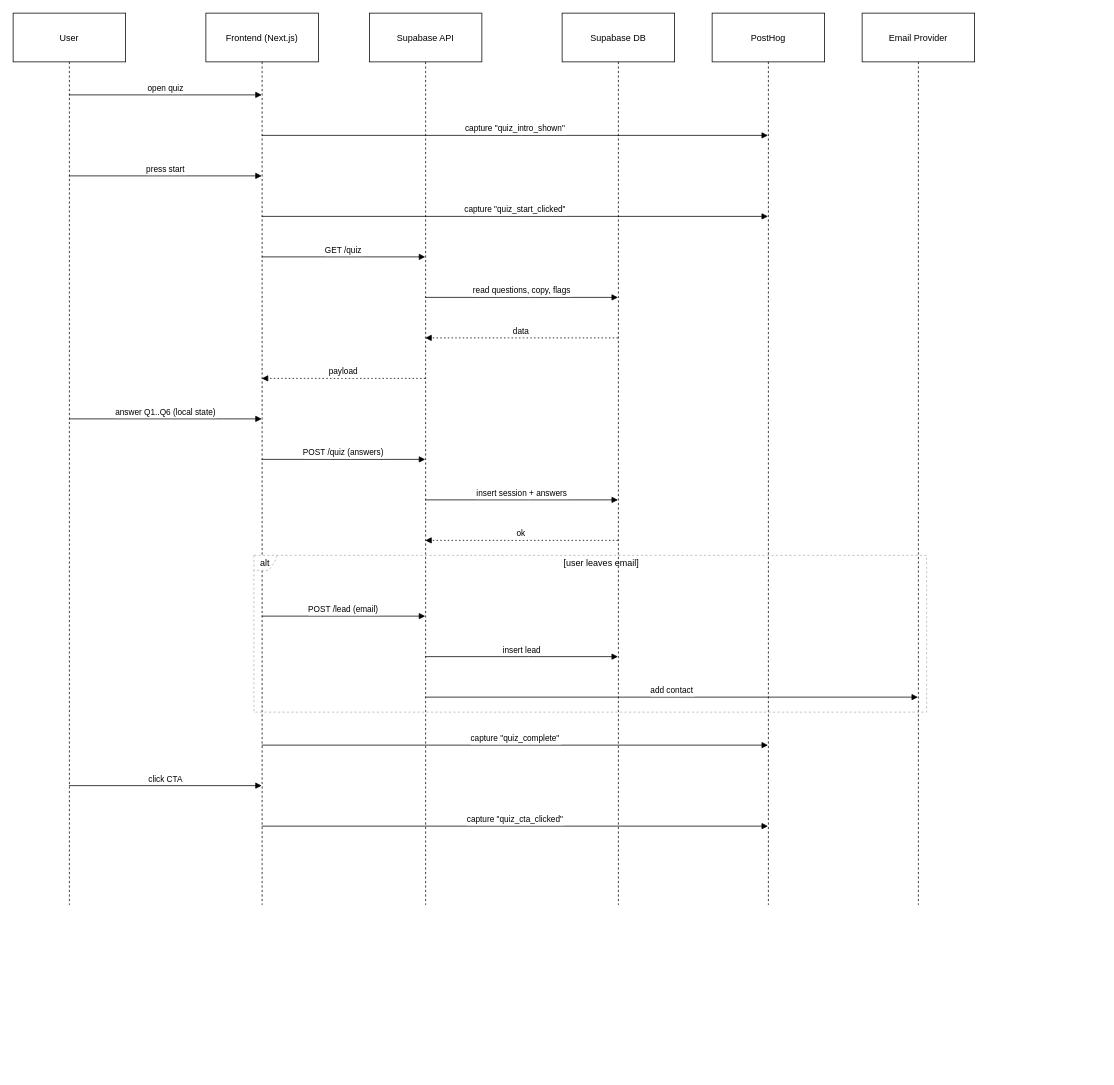
Before: content/app-web/architecture/pre-mvp/02-runtime-flow/sequence-diagram.drawio in alexandrafofel/brightfutureahead, a draw.io diagram. Source tidied: cells renumbered, new cells numbered last; positions are measured from the earlier drawing's top-left corner, leaving out a move shared by most shapes. Both pictures are drawn from the tidied source at 75%, with x=0, y=0 at pixel (13, 13).
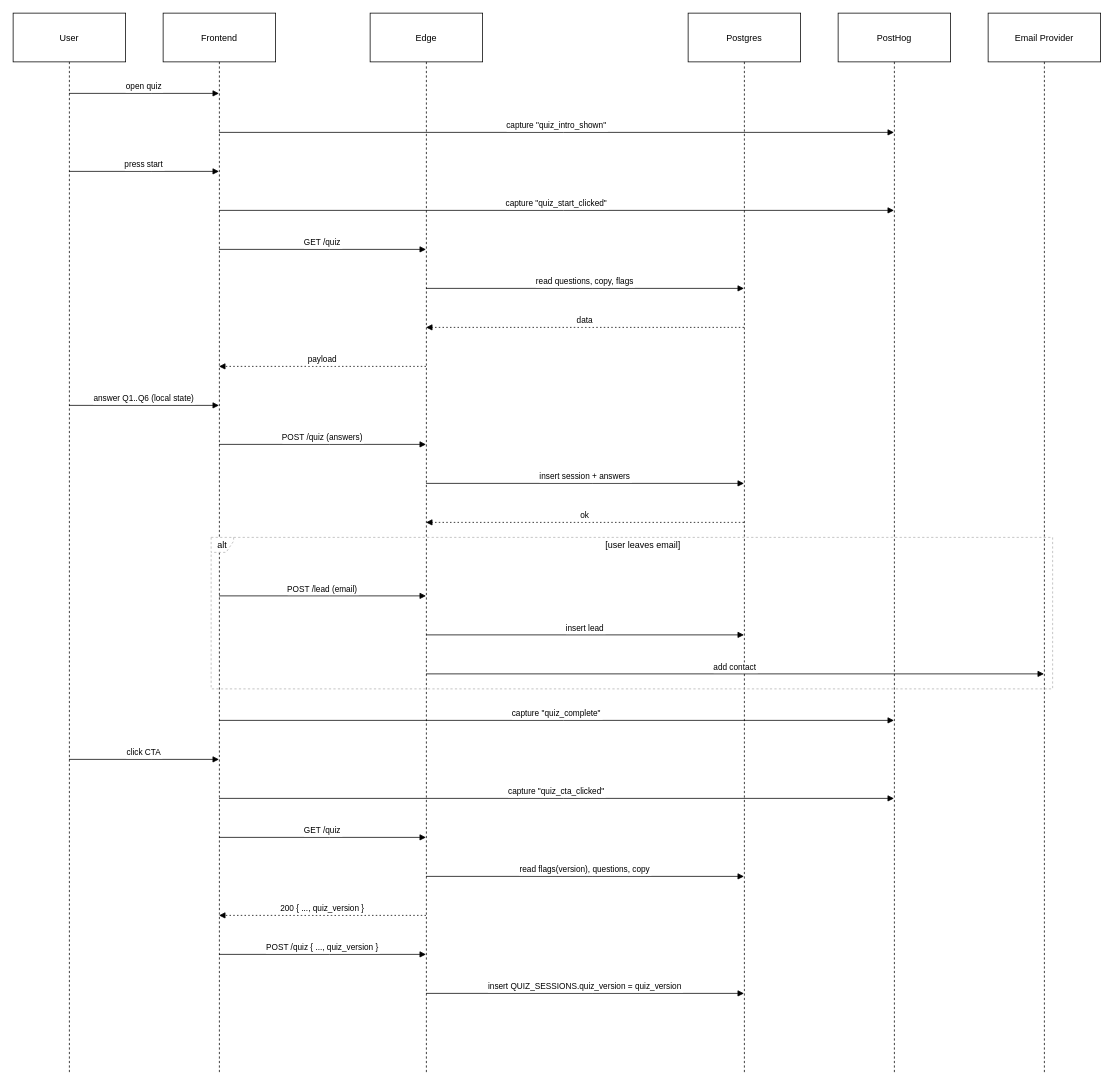
The same diagram, later.

Diff of the diagram source:
```diff
@@
     <mxCell id="2" value="User" style="shape=umlLifeline;perimeter=lifelinePerimeter;whiteSpace=wrap;outlineConnect=0;portConstraint=eastwest;newEdgeStyle={&quot;edgeStyle&quot;:&quot;elbowEdgeStyle&quot;,&quot;elbow&quot;:&quot;vertical&quot;,&quot;curved&quot;:0,&quot;rounded&quot;:0};size=65;" parent="1" vertex="1">
-      <mxGeometry width="150" height="1189" as="geometry" />
+      <mxGeometry width="150" height="1412" as="geometry" />
     </mxCell>
-    <mxCell id="3" value="Frontend (Next.js)" style="shape=umlLifeline;perimeter=lifelinePerimeter;whiteSpace=wrap;outlineConnect=0;portConstraint=eastwest;newEdgeStyle={&quot;edgeStyle&quot;:&quot;elbowEdgeStyle&quot;,&quot;elbow&quot;:&quot;vertical&quot;,&quot;curved&quot;:0,&quot;rounded&quot;:0};size=65;" parent="1" vertex="1">
-      <mxGeometry x="257" width="150" height="1189" as="geometry" />
-    </mxCell>
-    <mxCell id="4" value="Supabase API" style="shape=umlLifeline;perimeter=lifelinePerimeter;whiteSpace=wrap;outlineConnect=0;portConstraint=eastwest;newEdgeStyle={&quot;edgeStyle&quot;:&quot;elbowEdgeStyle&quot;,&quot;elbow&quot;:&quot;vertical&quot;,&quot;curved&quot;:0,&quot;rounded&quot;:0};size=65;" parent="1" vertex="1">
-      <mxGeometry x="475" width="150" height="1189" as="geometry" />
-    </mxCell>
-    <mxCell id="5" value="Supabase DB" style="shape=umlLifeline;perimeter=lifelinePerimeter;whiteSpace=wrap;outlineConnect=0;portConstraint=eastwest;newEdgeStyle={&quot;edgeStyle&quot;:&quot;elbowEdgeStyle&quot;,&quot;elbow&quot;:&quot;vertical&quot;,&quot;curved&quot;:0,&quot;rounded&quot;:0};size=65;" parent="1" vertex="1">
-      <mxGeometry x="732" width="150" height="1189" as="geometry" />
-    </mxCell>
+    <mxCell id="28" value="Frontend" style="shape=umlLifeline;perimeter=lifelinePerimeter;whiteSpace=wrap;outlineConnect=0;portConstraint=eastwest;newEdgeStyle={&quot;edgeStyle&quot;:&quot;elbowEdgeStyle&quot;,&quot;elbow&quot;:&quot;vertical&quot;,&quot;curved&quot;:0,&quot;rounded&quot;:0};size=65;" parent="1" vertex="1">
+      <mxGeometry x="200" width="150" height="1412" as="geometry" />
+    </mxCell>
+    <mxCell id="29" value="Edge" style="shape=umlLifeline;perimeter=lifelinePerimeter;whiteSpace=wrap;outlineConnect=0;portConstraint=eastwest;newEdgeStyle={&quot;edgeStyle&quot;:&quot;elbowEdgeStyle&quot;,&quot;elbow&quot;:&quot;vertical&quot;,&quot;curved&quot;:0,&quot;rounded&quot;:0};size=65;" parent="1" vertex="1">
+      <mxGeometry x="476" width="150" height="1412" as="geometry" />
+    </mxCell>
+    <mxCell id="30" value="Postgres" style="shape=umlLifeline;perimeter=lifelinePerimeter;whiteSpace=wrap;outlineConnect=0;portConstraint=eastwest;newEdgeStyle={&quot;edgeStyle&quot;:&quot;elbowEdgeStyle&quot;,&quot;elbow&quot;:&quot;vertical&quot;,&quot;curved&quot;:0,&quot;rounded&quot;:0};size=65;" parent="1" vertex="1">
+      <mxGeometry x="900" width="150" height="1412" as="geometry" />
+    </mxCell>
     <mxCell id="6" value="PostHog" style="shape=umlLifeline;perimeter=lifelinePerimeter;whiteSpace=wrap;outlineConnect=0;portConstraint=eastwest;newEdgeStyle={&quot;edgeStyle&quot;:&quot;elbowEdgeStyle&quot;,&quot;elbow&quot;:&quot;vertical&quot;,&quot;curved&quot;:0,&quot;rounded&quot;:0};size=65;" parent="1" vertex="1">
-      <mxGeometry x="932" width="150" height="1189" as="geometry" />
+      <mxGeometry x="1100" width="150" height="1412" as="geometry" />
     </mxCell>
     <mxCell id="7" value="Email Provider" style="shape=umlLifeline;perimeter=lifelinePerimeter;whiteSpace=wrap;outlineConnect=0;portConstraint=eastwest;newEdgeStyle={&quot;edgeStyle&quot;:&quot;elbowEdgeStyle&quot;,&quot;elbow&quot;:&quot;vertical&quot;,&quot;curved&quot;:0,&quot;rounded&quot;:0};size=65;" parent="1" vertex="1">
-      <mxGeometry x="1132" width="150" height="1189" as="geometry" />
+      <mxGeometry x="1300" width="150" height="1412" as="geometry" />
     </mxCell>
     <mxCell id="8" value="alt" style="shape=umlFrame;dashed=1;strokeColor=#B3B3B3;height=20;width=30;" parent="1" vertex="1">
-      <mxGeometry x="321" y="723" width="897" height="209" as="geometry" />
+      <mxGeometry x="264" y="699" width="1122" height="202" as="geometry" />
     </mxCell>
     <mxCell id="9" value="[user leaves email]" style="text;strokeColor=none;fillColor=none;align=center;verticalAlign=middle;whiteSpace=wrap;" parent="8" vertex="1">
-      <mxGeometry x="30" width="867" height="20" as="geometry" />
+      <mxGeometry x="30" width="1092" height="20" as="geometry" />
     </mxCell>
-    <mxCell id="10" value="open quiz" style="verticalAlign=bottom;edgeStyle=elbowEdgeStyle;elbow=vertical;curved=0;rounded=0;endArrow=block;" parent="1" edge="1" source="2" target="3">
+    <mxCell id="10" value="open quiz" style="verticalAlign=bottom;edgeStyle=elbowEdgeStyle;elbow=vertical;curved=0;rounded=0;endArrow=block;" parent="1" edge="1" source="2" target="28">
       <mxGeometry relative="1" as="geometry">
         <Array as="points">
-          <mxPoint x="212" y="109" />
+          <mxPoint x="184" y="107" />
         </Array>
       </mxGeometry>
     </mxCell>
-    <mxCell id="11" value="capture &quot;quiz_intro_shown&quot;" style="verticalAlign=bottom;edgeStyle=elbowEdgeStyle;elbow=vertical;curved=0;rounded=0;endArrow=block;" parent="1" edge="1" source="3" target="6">
+    <mxCell id="11" value="capture &quot;quiz_intro_shown&quot;" style="verticalAlign=bottom;edgeStyle=elbowEdgeStyle;elbow=vertical;curved=0;rounded=0;endArrow=block;" parent="1" edge="1" source="28" target="6">
       <mxGeometry relative="1" as="geometry">
         <Array as="points">
-          <mxPoint x="678" y="163" />
+          <mxPoint x="734" y="159" />
         </Array>
       </mxGeometry>
     </mxCell>
-    <mxCell id="12" value="press start" style="verticalAlign=bottom;edgeStyle=elbowEdgeStyle;elbow=vertical;curved=0;rounded=0;endArrow=block;" parent="1" edge="1" source="2" target="3">
+    <mxCell id="12" value="press start" style="verticalAlign=bottom;edgeStyle=elbowEdgeStyle;elbow=vertical;curved=0;rounded=0;endArrow=block;" parent="1" edge="1" source="2" target="28">
       <mxGeometry relative="1" as="geometry">
         <Array as="points">
-          <mxPoint x="212" y="217" />
+          <mxPoint x="184" y="211" />
         </Array>
       </mxGeometry>
     </mxCell>
-    <mxCell id="13" value="capture &quot;quiz_start_clicked&quot;" style="verticalAlign=bottom;edgeStyle=elbowEdgeStyle;elbow=vertical;curved=0;rounded=0;endArrow=block;" parent="1" edge="1" source="3" target="6">
+    <mxCell id="13" value="capture &quot;quiz_start_clicked&quot;" style="verticalAlign=bottom;edgeStyle=elbowEdgeStyle;elbow=vertical;curved=0;rounded=0;endArrow=block;" parent="1" edge="1" source="28" target="6">
       <mxGeometry relative="1" as="geometry">
         <Array as="points">
-          <mxPoint x="678" y="271" />
+          <mxPoint x="734" y="263" />
         </Array>
       </mxGeometry>
     </mxCell>
-    <mxCell id="14" value="GET /quiz" style="verticalAlign=bottom;edgeStyle=elbowEdgeStyle;elbow=vertical;curved=0;rounded=0;endArrow=block;" parent="1" edge="1" source="3" target="4">
-      <mxGeometry relative="1" as="geometry">
-        <Array as="points">
-          <mxPoint x="450" y="325" />
-        </Array>
-      </mxGeometry>
-    </mxCell>
+    <mxCell id="31" value="GET /quiz" style="verticalAlign=bottom;edgeStyle=elbowEdgeStyle;elbow=vertical;curved=0;rounded=0;endArrow=block;" parent="1" edge="1" source="28" target="29">
+      <mxGeometry relative="1" as="geometry">
+        <Array as="points">
+          <mxPoint x="422" y="315" />
+        </Array>
+      </mxGeometry>
+    </mxCell>
-    <mxCell id="15" value="read questions, copy, flags" style="verticalAlign=bottom;edgeStyle=elbowEdgeStyle;elbow=vertical;curved=0;rounded=0;endArrow=block;" parent="1" edge="1" source="4" target="5">
+    <mxCell id="15" value="read questions, copy, flags" style="verticalAlign=bottom;edgeStyle=elbowEdgeStyle;elbow=vertical;curved=0;rounded=0;endArrow=block;" parent="1" edge="1" source="29" target="30">
       <mxGeometry relative="1" as="geometry">
         <Array as="points">
-          <mxPoint x="687" y="379" />
+          <mxPoint x="772" y="367" />
         </Array>
       </mxGeometry>
     </mxCell>
-    <mxCell id="16" value="data" style="verticalAlign=bottom;edgeStyle=elbowEdgeStyle;elbow=vertical;curved=0;rounded=0;dashed=1;dashPattern=2 3;endArrow=block;" parent="1" edge="1" source="5" target="4">
+    <mxCell id="16" value="data" style="verticalAlign=bottom;edgeStyle=elbowEdgeStyle;elbow=vertical;curved=0;rounded=0;dashed=1;dashPattern=2 3;endArrow=block;" parent="1" edge="1" source="30" target="29">
       <mxGeometry relative="1" as="geometry">
         <Array as="points">
-          <mxPoint x="690" y="433" />
+          <mxPoint x="775" y="419" />
         </Array>
       </mxGeometry>
     </mxCell>
-    <mxCell id="17" value="payload" style="verticalAlign=bottom;edgeStyle=elbowEdgeStyle;elbow=vertical;curved=0;rounded=0;dashed=1;dashPattern=2 3;endArrow=block;" parent="1" edge="1" source="4" target="3">
+    <mxCell id="17" value="payload" style="verticalAlign=bottom;edgeStyle=elbowEdgeStyle;elbow=vertical;curved=0;rounded=0;dashed=1;dashPattern=2 3;endArrow=block;" parent="1" edge="1" source="29" target="28">
       <mxGeometry relative="1" as="geometry">
         <Array as="points">
-          <mxPoint x="453" y="487" />
+          <mxPoint x="425" y="471" />
         </Array>
       </mxGeometry>
     </mxCell>
-    <mxCell id="18" value="answer Q1..Q6 (local state)" style="verticalAlign=bottom;edgeStyle=elbowEdgeStyle;elbow=vertical;curved=0;rounded=0;endArrow=block;" parent="1" edge="1" source="2" target="3">
+    <mxCell id="18" value="answer Q1..Q6 (local state)" style="verticalAlign=bottom;edgeStyle=elbowEdgeStyle;elbow=vertical;curved=0;rounded=0;endArrow=block;" parent="1" edge="1" source="2" target="28">
       <mxGeometry relative="1" as="geometry">
         <Array as="points">
-          <mxPoint x="212" y="541" />
+          <mxPoint x="184" y="523" />
         </Array>
       </mxGeometry>
     </mxCell>
-    <mxCell id="19" value="POST /quiz (answers)" style="verticalAlign=bottom;edgeStyle=elbowEdgeStyle;elbow=vertical;curved=0;rounded=0;endArrow=block;" parent="1" edge="1" source="3" target="4">
+    <mxCell id="19" value="POST /quiz (answers)" style="verticalAlign=bottom;edgeStyle=elbowEdgeStyle;elbow=vertical;curved=0;rounded=0;endArrow=block;" parent="1" edge="1" source="28" target="29">
       <mxGeometry relative="1" as="geometry">
         <Array as="points">
-          <mxPoint x="450" y="595" />
+          <mxPoint x="422" y="575" />
         </Array>
       </mxGeometry>
     </mxCell>
-    <mxCell id="20" value="insert session + answers" style="verticalAlign=bottom;edgeStyle=elbowEdgeStyle;elbow=vertical;curved=0;rounded=0;endArrow=block;" parent="1" edge="1" source="4" target="5">
+    <mxCell id="20" value="insert session + answers" style="verticalAlign=bottom;edgeStyle=elbowEdgeStyle;elbow=vertical;curved=0;rounded=0;endArrow=block;" parent="1" edge="1" source="29" target="30">
       <mxGeometry relative="1" as="geometry">
         <Array as="points">
-          <mxPoint x="687" y="649" />
+          <mxPoint x="772" y="627" />
         </Array>
       </mxGeometry>
     </mxCell>
-    <mxCell id="21" value="ok" style="verticalAlign=bottom;edgeStyle=elbowEdgeStyle;elbow=vertical;curved=0;rounded=0;dashed=1;dashPattern=2 3;endArrow=block;" parent="1" edge="1" source="5" target="4">
+    <mxCell id="21" value="ok" style="verticalAlign=bottom;edgeStyle=elbowEdgeStyle;elbow=vertical;curved=0;rounded=0;dashed=1;dashPattern=2 3;endArrow=block;" parent="1" edge="1" source="30" target="29">
       <mxGeometry relative="1" as="geometry">
         <Array as="points">
-          <mxPoint x="690" y="703" />
+          <mxPoint x="775" y="679" />
         </Array>
       </mxGeometry>
     </mxCell>
-    <mxCell id="22" value="POST /lead (email)" style="verticalAlign=bottom;edgeStyle=elbowEdgeStyle;elbow=vertical;curved=0;rounded=0;endArrow=block;" parent="1" edge="1" source="3" target="4">
+    <mxCell id="22" value="POST /lead (email)" style="verticalAlign=bottom;edgeStyle=elbowEdgeStyle;elbow=vertical;curved=0;rounded=0;endArrow=block;" parent="1" edge="1" source="28" target="29">
       <mxGeometry relative="1" as="geometry">
         <Array as="points">
-          <mxPoint x="450" y="804" />
+          <mxPoint x="422" y="777" />
         </Array>
       </mxGeometry>
     </mxCell>
-    <mxCell id="23" value="insert lead" style="verticalAlign=bottom;edgeStyle=elbowEdgeStyle;elbow=vertical;curved=0;rounded=0;endArrow=block;" parent="1" edge="1" source="4" target="5">
+    <mxCell id="23" value="insert lead" style="verticalAlign=bottom;edgeStyle=elbowEdgeStyle;elbow=vertical;curved=0;rounded=0;endArrow=block;" parent="1" edge="1" source="29" target="30">
       <mxGeometry relative="1" as="geometry">
         <Array as="points">
-          <mxPoint x="687" y="858" />
+          <mxPoint x="772" y="829" />
         </Array>
       </mxGeometry>
     </mxCell>
-    <mxCell id="24" value="add contact" style="verticalAlign=bottom;edgeStyle=elbowEdgeStyle;elbow=vertical;curved=0;rounded=0;endArrow=block;" parent="1" edge="1" source="4" target="7">
+    <mxCell id="24" value="add contact" style="verticalAlign=bottom;edgeStyle=elbowEdgeStyle;elbow=vertical;curved=0;rounded=0;endArrow=block;" parent="1" edge="1" source="29" target="7">
       <mxGeometry relative="1" as="geometry">
         <Array as="points">
-          <mxPoint x="887" y="912" />
+          <mxPoint x="972" y="881" />
         </Array>
       </mxGeometry>
     </mxCell>
-    <mxCell id="25" value="capture &quot;quiz_complete&quot;" style="verticalAlign=bottom;edgeStyle=elbowEdgeStyle;elbow=vertical;curved=0;rounded=0;endArrow=block;" parent="1" edge="1" source="3" target="6">
+    <mxCell id="25" value="capture &quot;quiz_complete&quot;" style="verticalAlign=bottom;edgeStyle=elbowEdgeStyle;elbow=vertical;curved=0;rounded=0;endArrow=block;" parent="1" edge="1" source="28" target="6">
       <mxGeometry relative="1" as="geometry">
         <Array as="points">
-          <mxPoint x="678" y="976" />
+          <mxPoint x="734" y="943" />
         </Array>
       </mxGeometry>
     </mxCell>
-    <mxCell id="26" value="click CTA" style="verticalAlign=bottom;edgeStyle=elbowEdgeStyle;elbow=vertical;curved=0;rounded=0;endArrow=block;" parent="1" edge="1" source="2" target="3">
+    <mxCell id="26" value="click CTA" style="verticalAlign=bottom;edgeStyle=elbowEdgeStyle;elbow=vertical;curved=0;rounded=0;endArrow=block;" parent="1" edge="1" source="2" target="28">
       <mxGeometry relative="1" as="geometry">
         <Array as="points">
-          <mxPoint x="212" y="1030" />
+          <mxPoint x="184" y="995" />
         </Array>
       </mxGeometry>
     </mxCell>
-    <mxCell id="27" value="capture &quot;quiz_cta_clicked&quot;" style="verticalAlign=bottom;edgeStyle=elbowEdgeStyle;elbow=vertical;curved=0;rounded=0;endArrow=block;" parent="1" edge="1" source="3" target="6">
+    <mxCell id="27" value="capture &quot;quiz_cta_clicked&quot;" style="verticalAlign=bottom;edgeStyle=elbowEdgeStyle;elbow=vertical;curved=0;rounded=0;endArrow=block;" parent="1" edge="1" source="28" target="6">
       <mxGeometry relative="1" as="geometry">
         <Array as="points">
-          <mxPoint x="678" y="1084" />
+          <mxPoint x="734" y="1047" />
         </Array>
       </mxGeometry>
     </mxCell>
+    <mxCell id="32" value="GET /quiz" style="verticalAlign=bottom;edgeStyle=elbowEdgeStyle;elbow=vertical;curved=0;rounded=0;endArrow=block;" parent="1" edge="1" source="28" target="29">
+      <mxGeometry relative="1" as="geometry">
+        <Array as="points">
+          <mxPoint x="422" y="1099" />
+        </Array>
+      </mxGeometry>
+    </mxCell>
+    <mxCell id="33" value="read flags(version), questions, copy" style="verticalAlign=bottom;edgeStyle=elbowEdgeStyle;elbow=vertical;curved=0;rounded=0;endArrow=block;" parent="1" edge="1" source="29" target="30">
+      <mxGeometry relative="1" as="geometry">
+        <Array as="points">
+          <mxPoint x="772" y="1151" />
+        </Array>
+      </mxGeometry>
+    </mxCell>
+    <mxCell id="34" value="200 { ..., quiz_version }" style="verticalAlign=bottom;edgeStyle=elbowEdgeStyle;elbow=vertical;curved=0;rounded=0;dashed=1;dashPattern=2 3;endArrow=block;" parent="1" edge="1" source="29" target="28">
+      <mxGeometry relative="1" as="geometry">
+        <Array as="points">
+          <mxPoint x="425" y="1203" />
+        </Array>
+      </mxGeometry>
+    </mxCell>
+    <mxCell id="35" value="POST /quiz { ..., quiz_version }" style="verticalAlign=bottom;edgeStyle=elbowEdgeStyle;elbow=vertical;curved=0;rounded=0;endArrow=block;" parent="1" edge="1" source="28" target="29">
+      <mxGeometry relative="1" as="geometry">
+        <Array as="points">
+          <mxPoint x="422" y="1255" />
+        </Array>
+      </mxGeometry>
+    </mxCell>
+    <mxCell id="36" value="insert QUIZ_SESSIONS.quiz_version = quiz_version" style="verticalAlign=bottom;edgeStyle=elbowEdgeStyle;elbow=vertical;curved=0;rounded=0;endArrow=block;" parent="1" edge="1" source="29" target="30">
+      <mxGeometry relative="1" as="geometry">
+        <Array as="points">
+          <mxPoint x="772" y="1307" />
+        </Array>
+      </mxGeometry>
+    </mxCell>
```
